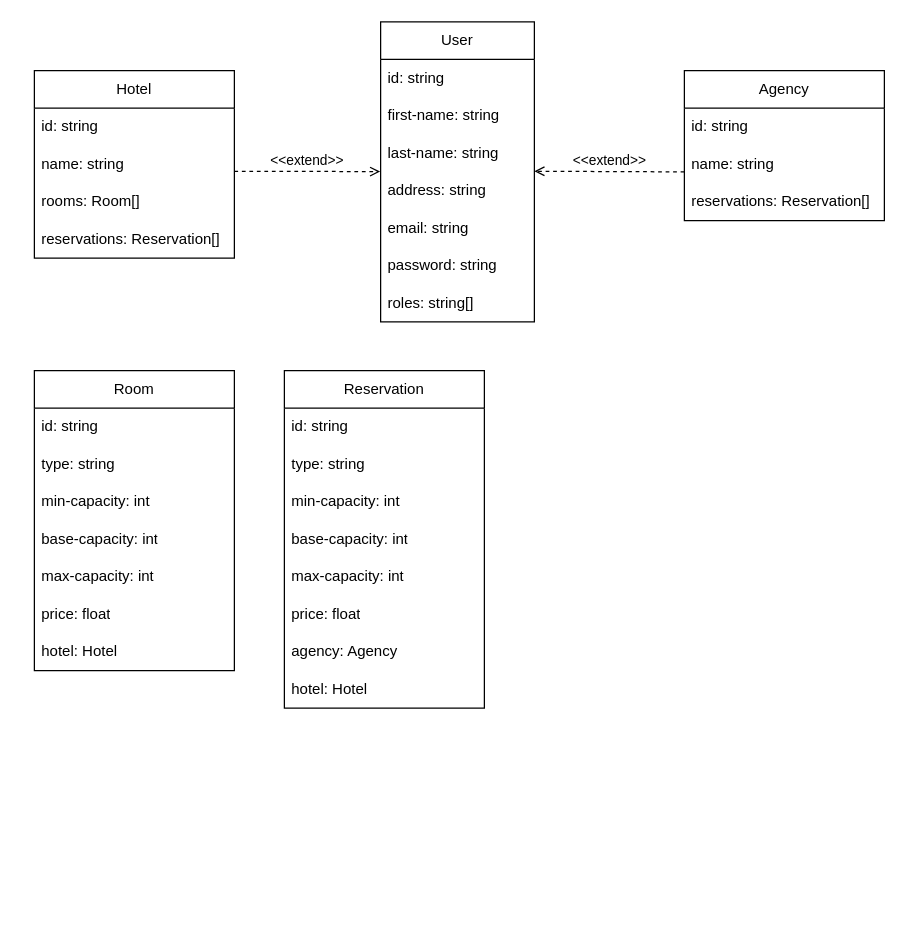
This is H/A-Reservation.drawio from jawharhmidi02/resrvy_diagrams, a draw.io file, before an edit. Source tidied: cells renumbered, new cells numbered last; positions are measured from the earlier drawing's top-left corner, leaving out a move shared by most shapes. Both pictures are drawn from the tidied source at 125%, with x=0, y=0 at pixel (34, 21).
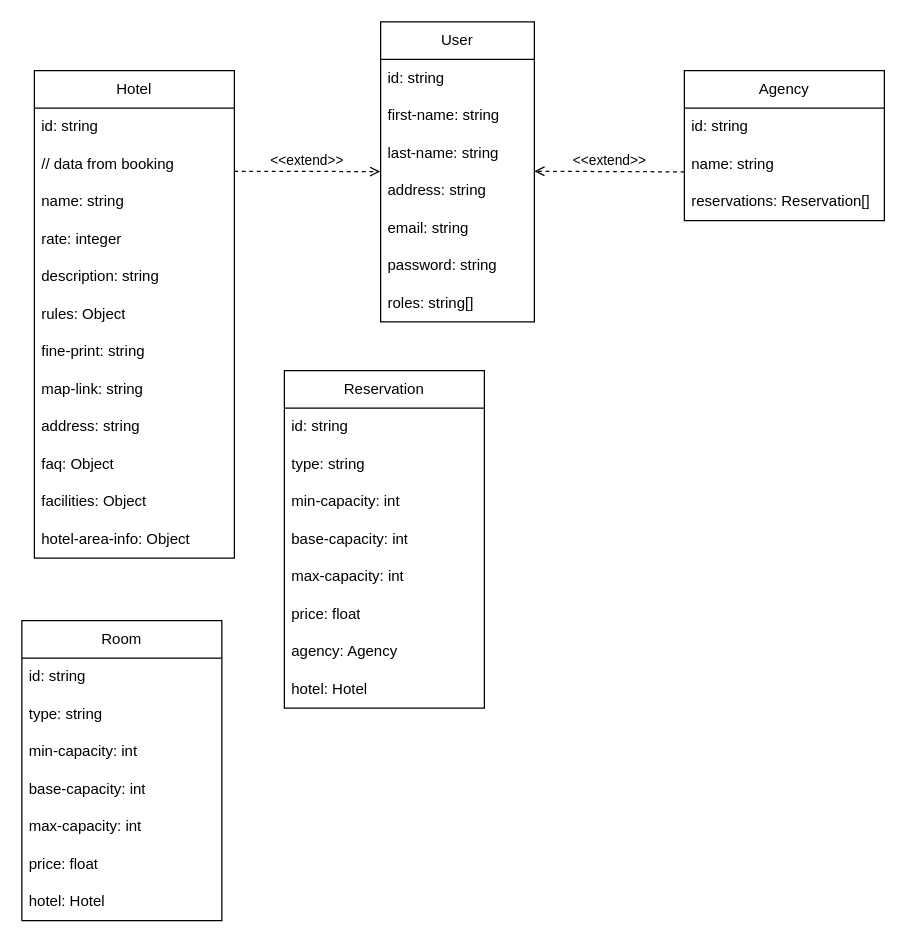
The same page after the edit.

Change to the diagram source:
```diff
@@
     <mxCell id="15" value="Hotel" style="swimlane;fontStyle=0;horizontal=1;startSize=30;whiteSpace=wrap;html=1;" parent="1" vertex="1">
-      <mxGeometry y="39" width="160" height="150" as="geometry" />
+      <mxGeometry y="39" width="160" height="390" as="geometry" />
     </mxCell>
@@
+    <mxCell id="38" value="// data from booking" style="text;strokeColor=none;fillColor=none;align=left;verticalAlign=middle;spacingLeft=4;spacingRight=4;overflow=hidden;whiteSpace=wrap;html=1;" parent="15" vertex="1">
+      <mxGeometry y="60" width="160" height="30" as="geometry" />
+    </mxCell>
     <mxCell id="17" value="name: string" style="text;strokeColor=none;fillColor=none;align=left;verticalAlign=middle;spacingLeft=4;spacingRight=4;overflow=hidden;whiteSpace=wrap;html=1;" parent="15" vertex="1">
-      <mxGeometry y="60" width="160" height="30" as="geometry" />
+      <mxGeometry y="90" width="160" height="30" as="geometry" />
     </mxCell>
-    <mxCell id="18" value="rooms: Room[]" style="text;strokeColor=none;fillColor=none;align=left;verticalAlign=middle;spacingLeft=4;spacingRight=4;overflow=hidden;whiteSpace=wrap;html=1;" parent="15" vertex="1">
-      <mxGeometry y="90" width="160" height="30" as="geometry" />
+    <mxCell id="18" value="&lt;div&gt;rate: integer&lt;/div&gt;" style="text;strokeColor=none;fillColor=none;align=left;verticalAlign=middle;spacingLeft=4;spacingRight=4;overflow=hidden;whiteSpace=wrap;html=1;" parent="15" vertex="1">
+      <mxGeometry y="120" width="160" height="30" as="geometry" />
     </mxCell>
-    <mxCell id="19" value="reservations: Reservation[]" style="text;strokeColor=none;fillColor=none;align=left;verticalAlign=middle;spacingLeft=4;spacingRight=4;overflow=hidden;whiteSpace=wrap;html=1;" parent="15" vertex="1">
-      <mxGeometry y="120" width="160" height="30" as="geometry" />
+    <mxCell id="19" value="description: string" style="text;strokeColor=none;fillColor=none;align=left;verticalAlign=middle;spacingLeft=4;spacingRight=4;overflow=hidden;whiteSpace=wrap;html=1;" parent="15" vertex="1">
+      <mxGeometry y="150" width="160" height="30" as="geometry" />
     </mxCell>
+    <mxCell id="39" value="rules: Object" style="text;strokeColor=none;fillColor=none;align=left;verticalAlign=middle;spacingLeft=4;spacingRight=4;overflow=hidden;whiteSpace=wrap;html=1;" parent="15" vertex="1">
+      <mxGeometry y="180" width="160" height="30" as="geometry" />
+    </mxCell>
+    <mxCell id="40" value="fine-print: string" style="text;strokeColor=none;fillColor=none;align=left;verticalAlign=middle;spacingLeft=4;spacingRight=4;overflow=hidden;whiteSpace=wrap;html=1;" parent="15" vertex="1">
+      <mxGeometry y="210" width="160" height="30" as="geometry" />
+    </mxCell>
+    <mxCell id="41" value="map-link: string" style="text;strokeColor=none;fillColor=none;align=left;verticalAlign=middle;spacingLeft=4;spacingRight=4;overflow=hidden;whiteSpace=wrap;html=1;" parent="15" vertex="1">
+      <mxGeometry y="240" width="160" height="30" as="geometry" />
+    </mxCell>
+    <mxCell id="42" value="address: string" style="text;strokeColor=none;fillColor=none;align=left;verticalAlign=middle;spacingLeft=4;spacingRight=4;overflow=hidden;whiteSpace=wrap;html=1;" parent="15" vertex="1">
+      <mxGeometry y="270" width="160" height="30" as="geometry" />
+    </mxCell>
+    <mxCell id="43" value="faq: Object" style="text;strokeColor=none;fillColor=none;align=left;verticalAlign=middle;spacingLeft=4;spacingRight=4;overflow=hidden;whiteSpace=wrap;html=1;" parent="15" vertex="1">
+      <mxGeometry y="300" width="160" height="30" as="geometry" />
+    </mxCell>
+    <mxCell id="44" value="facilities: Object" style="text;strokeColor=none;fillColor=none;align=left;verticalAlign=middle;spacingLeft=4;spacingRight=4;overflow=hidden;whiteSpace=wrap;html=1;" parent="15" vertex="1">
+      <mxGeometry y="330" width="160" height="30" as="geometry" />
+    </mxCell>
+    <mxCell id="45" value="hotel-area-info: Object" style="text;strokeColor=none;fillColor=none;align=left;verticalAlign=middle;spacingLeft=4;spacingRight=4;overflow=hidden;whiteSpace=wrap;html=1;" parent="15" vertex="1">
+      <mxGeometry y="360" width="160" height="30" as="geometry" />
+    </mxCell>
@@
     <mxCell id="21" value="Room" style="swimlane;fontStyle=0;horizontal=1;startSize=30;whiteSpace=wrap;html=1;" parent="1" vertex="1">
-      <mxGeometry y="279" width="160" height="240" as="geometry" />
+      <mxGeometry x="-10" y="479" width="160" height="240" as="geometry" />
     </mxCell>
```
